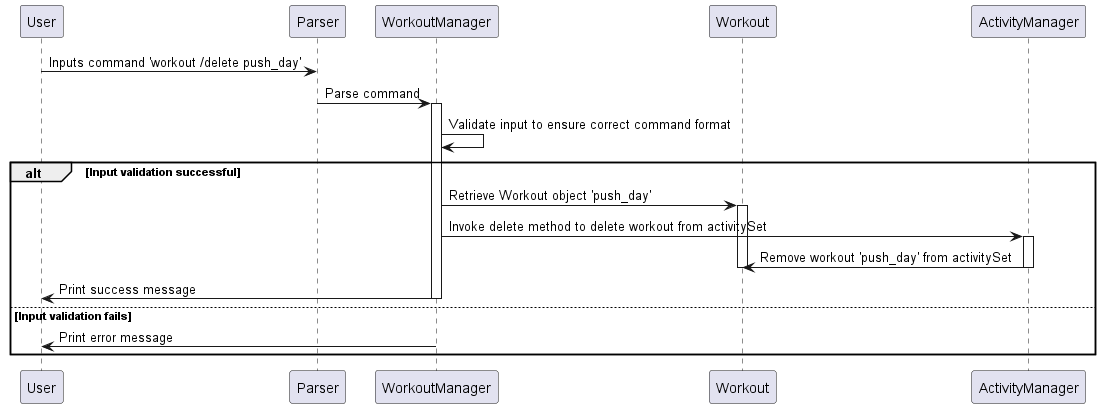
Above: docs/diagrams/deleteWorkout.png in joshualeejunyi/tp (PlantUML), before the change.
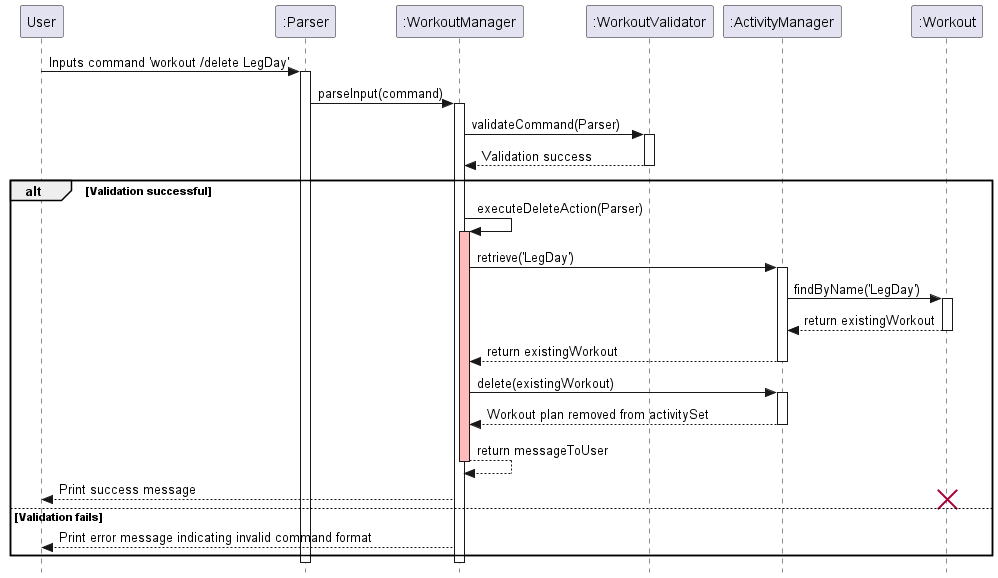
Later version of the same file.

Commit message:
Clean up & add deleteWorkout sequence diagram

What changed in the source:
```diff
@@ -1,27 +1,54 @@
 @startuml SequenceDiagram
 
+skinparam classAttributeIconSize 0
+skinparam style strictuml
 participant User
-participant Parser
-participant WorkoutManager
-participant Workout
-participant ActivityManager
+participant ":Parser" as Parser
+participant ":WorkoutManager" as WorkoutManager
+participant ":WorkoutValidator" as Validator
+participant ":ActivityManager" as ActivityManager
+participant ":Workout" as Workout
 
-User -> Parser: Inputs command 'workout /delete push_day'
-Parser -> WorkoutManager: Parse command
+User -> Parser : Inputs command 'workout /delete LegDay'
+activate Parser
+Parser -> WorkoutManager : parseInput(command)
 activate WorkoutManager
-WorkoutManager -> WorkoutManager: Validate input to ensure correct command format
-alt Input validation successful
-    WorkoutManager -> Workout: Retrieve Workout object 'push_day'
+
+WorkoutManager -> Validator : validateCommand(Parser)
+activate Validator
+Validator --> WorkoutManager : Validation success
+deactivate Validator
+
+alt Validation successful
+
+    WorkoutManager -> WorkoutManager : executeDeleteAction(Parser)
+    activate WorkoutManager #FFBBBB
+
+    WorkoutManager -> ActivityManager : retrieve('LegDay')
+    activate ActivityManager
+    ActivityManager -> Workout : findByName('LegDay')
     activate Workout
-    WorkoutManager -> ActivityManager: Invoke delete method to delete workout from activitySet
+    Workout --> ActivityManager : return existingWorkout
+    deactivate Workout
+    ActivityManager --> WorkoutManager : return existingWorkout
+    deactivate ActivityManager
+
+    WorkoutManager -> ActivityManager : delete(existingWorkout)
     activate ActivityManager
-    ActivityManager -> Workout: Remove workout 'push_day' from activitySet
+    ActivityManager --> WorkoutManager : Workout plan removed from activitySet
     deactivate ActivityManager
-    deactivate Workout
-    WorkoutManager -> User: Print success message
-    deactivate WorkoutManager
-else Input validation fails
-    WorkoutManager -> User: Print error message
+
+    WorkoutManager --> WorkoutManager : return messageToUser
+    deactivate WorkoutManager #FFBBBB
+    WorkoutManager --> User : Print success message
+
+    destroy Workout
+
+else Validation fails
+    WorkoutManager --> User : Print error message indicating invalid command format
 end
 
+deactivate WorkoutManager
+deactivate Parser
+
 @enduml
```
